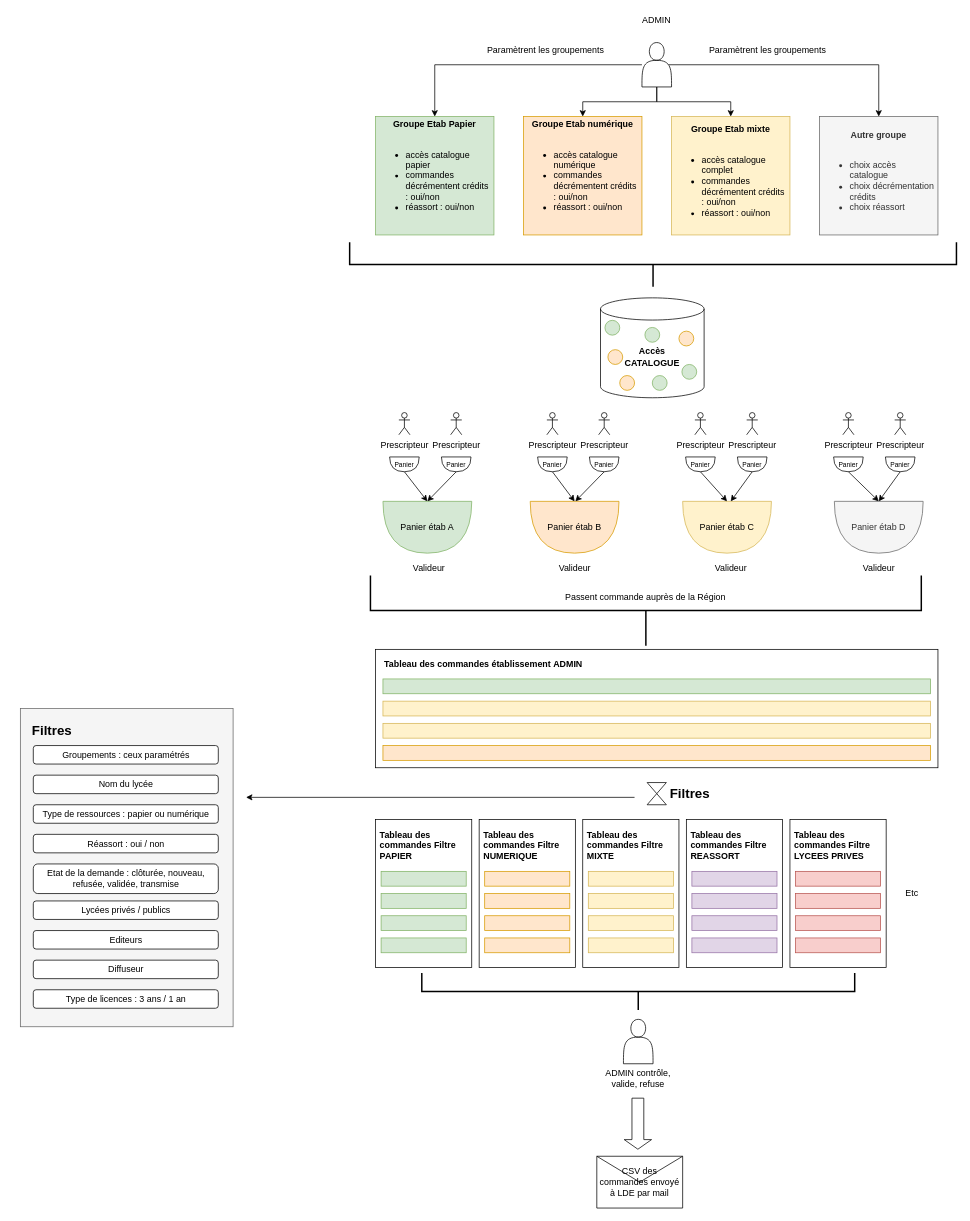
Above: Untitled Diagram.drawio in sarahlachise/projects (draw.io), before the change. Source tidied: cells renumbered, new cells numbered last; positions are measured from the earlier drawing's top-left corner, leaving out a move shared by most shapes. Both pictures are drawn from the tidied source at 74%, with x=0, y=0 at pixel (20, -39).
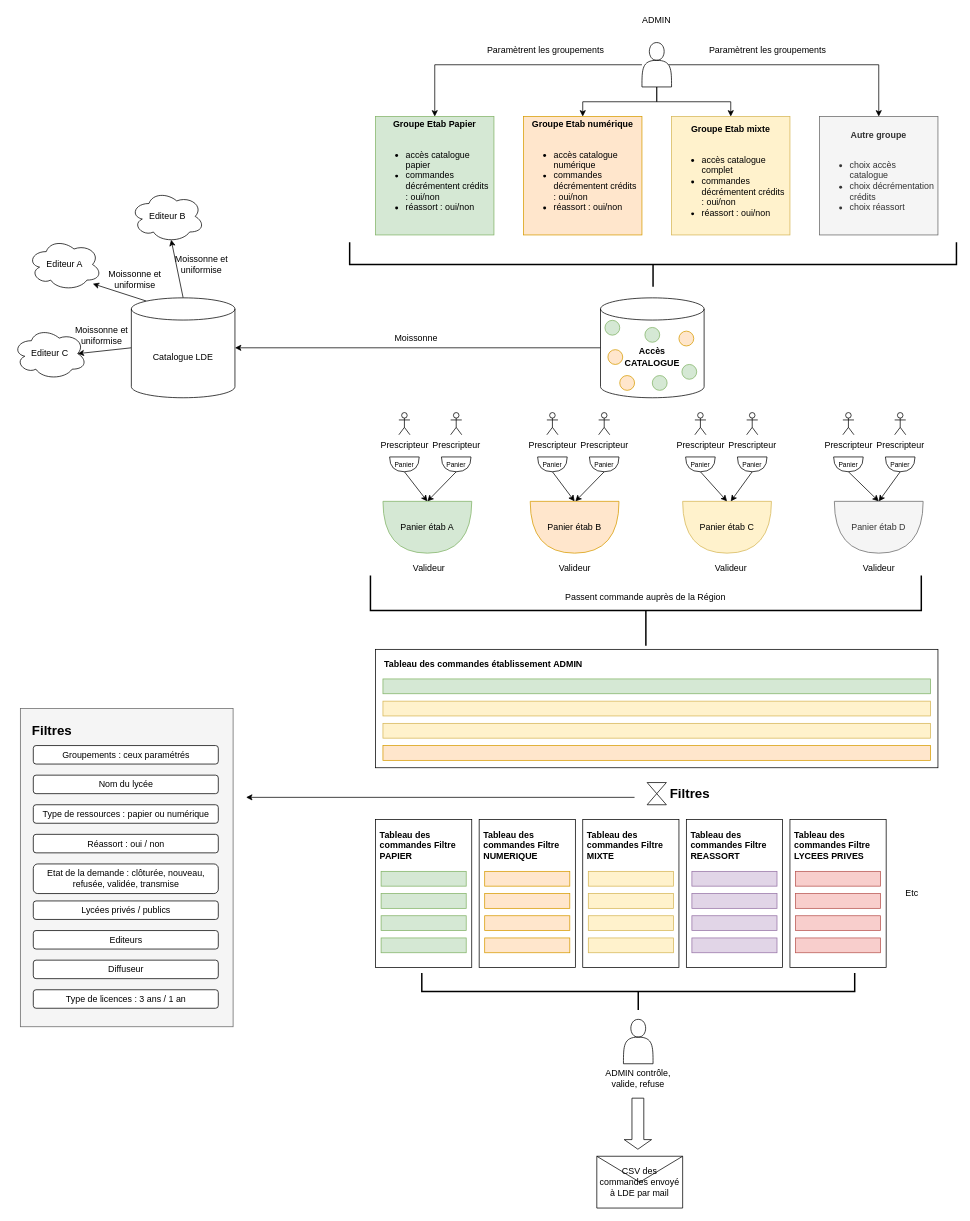
Above is the later version.

The change refers to these unchanged cells:
```xml
<mxCell id="103" style="shape=cylinder3;whiteSpace=wrap;html=1;boundedLbl=1;backgroundOutline=1;size=15;" parent="1" vertex="1">
  <mxGeometry x="784" y="455" width="140" height="135" as="geometry" />
</mxCell>
```

Diff of the diagram source:
```diff
@@
+    <mxCell id="157" style="edgeStyle=none;rounded=0;jettySize=auto;html=1;exitX=0;exitY=0.5;exitDx=0;exitDy=0;exitPerimeter=0;entryX=1;entryY=0.5;entryDx=0;entryDy=0;entryPerimeter=0;" parent="1" edge="1" source="103" target="164">
+      <mxGeometry relative="1" as="geometry" />
+    </mxCell>
@@
+    <mxCell id="158" value="Editeur A" style="ellipse;shape=cloud;whiteSpace=wrap;html=1;align=center;gradientColor=none;" parent="1" vertex="1">
+      <mxGeometry x="10" y="375" width="100" height="70" as="geometry" />
+    </mxCell>
+    <mxCell id="159" value="Editeur B" style="ellipse;shape=cloud;whiteSpace=wrap;html=1;align=center;gradientColor=none;" parent="1" vertex="1">
+      <mxGeometry x="148.8" y="310" width="100" height="70" as="geometry" />
+    </mxCell>
+    <mxCell id="160" value="Editeur C" style="ellipse;shape=cloud;whiteSpace=wrap;html=1;align=center;gradientColor=none;" parent="1" vertex="1">
+      <mxGeometry x="-10" y="495.4" width="100" height="70" as="geometry" />
+    </mxCell>
+    <mxCell id="161" style="edgeStyle=none;rounded=0;jettySize=auto;html=1;exitX=0.5;exitY=0;exitDx=0;exitDy=0;exitPerimeter=0;entryX=0.55;entryY=0.95;entryDx=0;entryDy=0;entryPerimeter=0;" parent="1" edge="1" source="164" target="159">
+      <mxGeometry relative="1" as="geometry" />
+    </mxCell>
+    <mxCell id="162" style="edgeStyle=none;rounded=0;jettySize=auto;html=1;exitX=0.145;exitY=0;exitDx=0;exitDy=4.35;exitPerimeter=0;entryX=0.879;entryY=0.871;entryDx=0;entryDy=0;entryPerimeter=0;" parent="1" edge="1" source="164" target="158">
+      <mxGeometry relative="1" as="geometry" />
+    </mxCell>
+    <mxCell id="163" style="edgeStyle=none;rounded=0;jettySize=auto;html=1;exitX=0;exitY=0.5;exitDx=0;exitDy=0;exitPerimeter=0;entryX=0.875;entryY=0.5;entryDx=0;entryDy=0;entryPerimeter=0;" parent="1" edge="1" source="164" target="160">
+      <mxGeometry relative="1" as="geometry" />
+    </mxCell>
+    <mxCell id="164" value="Catalogue LDE" style="shape=cylinder3;whiteSpace=wrap;html=1;boundedLbl=1;backgroundOutline=1;size=15;" parent="1" vertex="1">
+      <mxGeometry x="150" y="455" width="140" height="135" as="geometry" />
+    </mxCell>
+    <mxCell id="165" value="Moissonne et uniformise" style="text;html=1;strokeColor=none;fillColor=none;align=center;verticalAlign=middle;whiteSpace=wrap;rounded=0;" parent="1" vertex="1">
+      <mxGeometry x="200" y="400" width="90" height="20" as="geometry" />
+    </mxCell>
+    <mxCell id="166" value="Moissonne et uniformise" style="text;html=1;strokeColor=none;fillColor=none;align=center;verticalAlign=middle;whiteSpace=wrap;rounded=0;" parent="1" vertex="1">
+      <mxGeometry x="110" y="420" width="90" height="20" as="geometry" />
+    </mxCell>
+    <mxCell id="167" value="Moissonne et uniformise" style="text;html=1;strokeColor=none;fillColor=none;align=center;verticalAlign=middle;whiteSpace=wrap;rounded=0;" parent="1" vertex="1">
+      <mxGeometry x="65" y="495.5" width="90" height="20" as="geometry" />
+    </mxCell>
+    <mxCell id="168" value="Moissonne" style="text;html=1;strokeColor=none;fillColor=none;align=center;verticalAlign=middle;whiteSpace=wrap;rounded=0;" parent="1" vertex="1">
+      <mxGeometry x="490" y="500" width="90" height="20" as="geometry" />
+    </mxCell>
```
